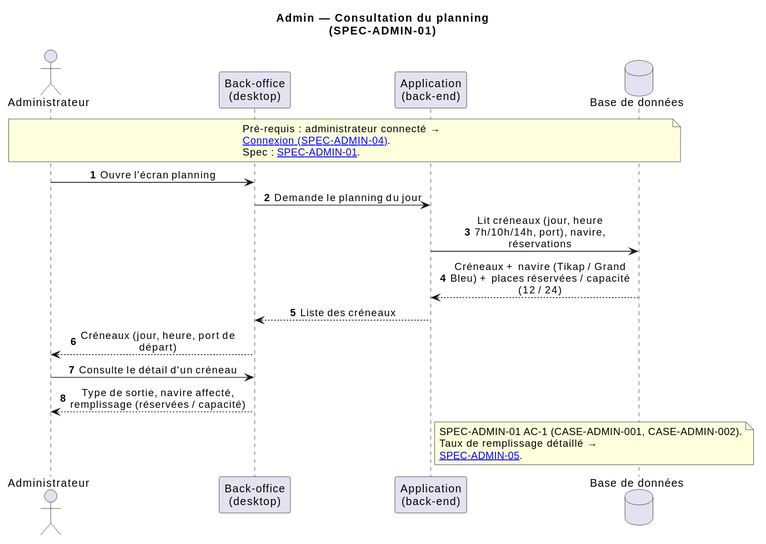
Pinguin211/Ti_Baleine keeps this PlantUML diagram as concept/uml/sequences/admin-consultation-planning.svg. Above is the earlier version. Its diagram source:
```plantuml
@startuml
title Admin — Consultation du planning\n(SPEC-ADMIN-01)

skinparam sequenceMessageAlign center
skinparam maxMessageSize 240
autonumber

actor "Administrateur" as Admin
participant "Back-office\n(desktop)" as BO
participant "Application\n(back-end)" as App
database "Base de données" as BDD

note over Admin, BDD
  Pré-requis : administrateur connecté →
  [[admin-login.svg Connexion (SPEC-ADMIN-04)]].
  Spec : [[../../../specs/admin.md SPEC-ADMIN-01]].
end note

Admin -> BO : Ouvre l'écran planning
BO -> App : Demande le planning du jour
App -> BDD : Lit créneaux (jour, heure 7h/10h/14h, port), navire, réservations
BDD --> App : Créneaux + navire (Tikap / Grand Bleu) + places réservées / capacité (12 / 24)
App --> BO : Liste des créneaux
BO --> Admin : Créneaux (jour, heure, port de départ)
Admin -> BO : Consulte le détail d'un créneau
BO --> Admin : Type de sortie, navire affecté, remplissage (réservées / capacité)
note right of App
  SPEC-ADMIN-01 AC-1 (CASE-ADMIN-001, CASE-ADMIN-002).
  Taux de remplissage détaillé →
  [[admin-taux-remplissage.svg SPEC-ADMIN-05]].
end note
@enduml
```
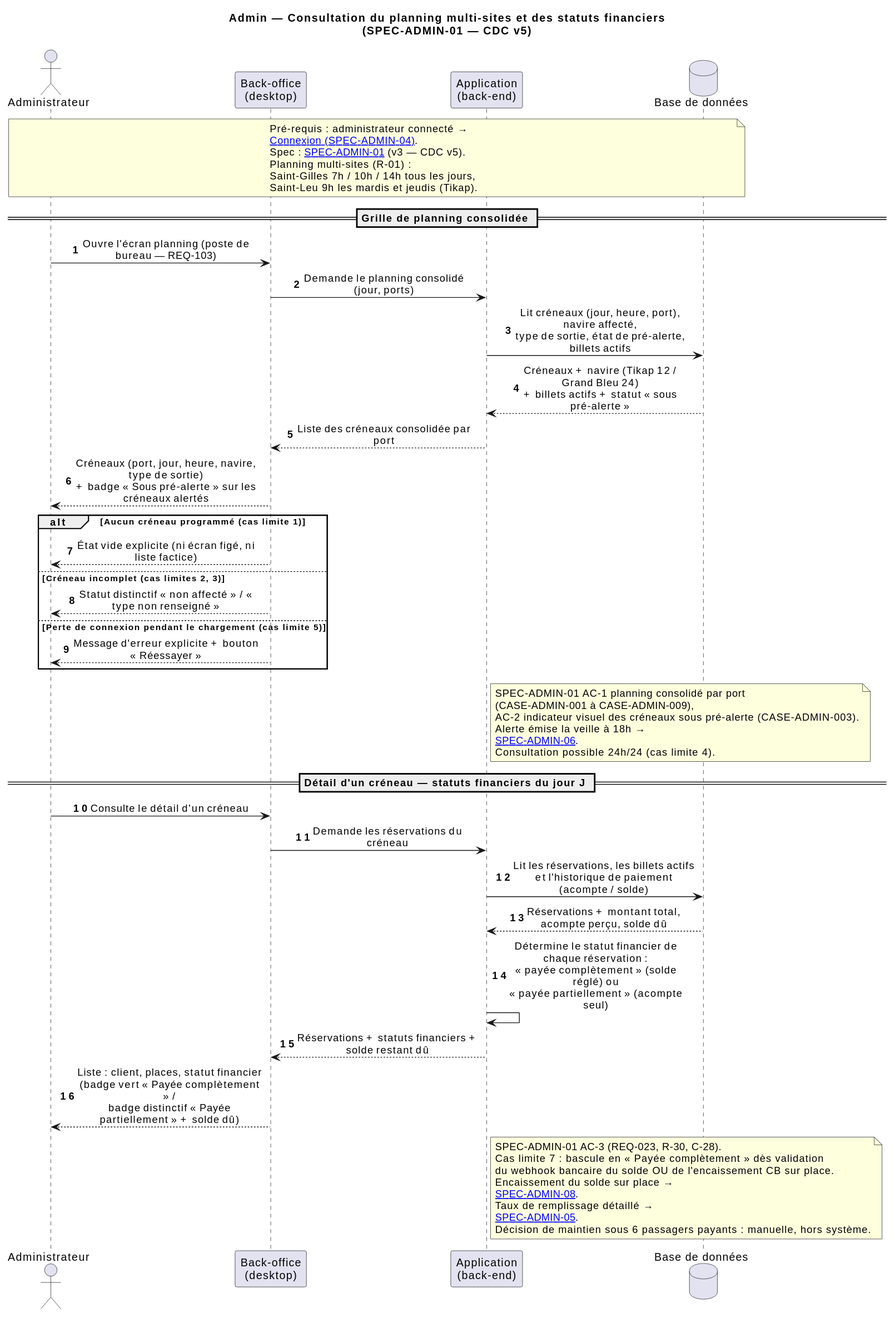
Above is the later version.

The edit, as a diff of the source:
```diff
@@ -1,5 +1,5 @@
 @startuml
-title Admin — Consultation du planning\n(SPEC-ADMIN-01)
+title Admin — Consultation du planning multi-sites et des statuts financiers\n(SPEC-ADMIN-01 — CDC v5)
 
 skinparam sequenceMessageAlign center
 skinparam maxMessageSize 240
@@ -13,20 +13,51 @@
 note over Admin, BDD
   Pré-requis : administrateur connecté →
   [[admin-login.svg Connexion (SPEC-ADMIN-04)]].
-  Spec : [[../../../specs/admin.md SPEC-ADMIN-01]].
+  Spec : [[../../../specs/admin.md SPEC-ADMIN-01]] (v3 — CDC v5).
+  Planning multi-sites (R-01) :
+  Saint-Gilles 7h / 10h / 14h tous les jours,
+  Saint-Leu 9h les mardis et jeudis (Tikap).
 end note
 
-Admin -> BO : Ouvre l'écran planning
-BO -> App : Demande le planning du jour
-App -> BDD : Lit créneaux (jour, heure 7h/10h/14h, port), navire, réservations
-BDD --> App : Créneaux + navire (Tikap / Grand Bleu) + places réservées / capacité (12 / 24)
-App --> BO : Liste des créneaux
-BO --> Admin : Créneaux (jour, heure, port de départ)
+== Grille de planning consolidée ==
+Admin -> BO : Ouvre l'écran planning (poste de bureau — REQ-103)
+BO -> App : Demande le planning consolidé (jour, ports)
+App -> BDD : Lit créneaux (jour, heure, port), navire affecté,\ntype de sortie, état de pré-alerte, billets actifs
+BDD --> App : Créneaux + navire (Tikap 12 / Grand Bleu 24)\n+ billets actifs + statut « sous pré-alerte »
+App --> BO : Liste des créneaux consolidée par port
+BO --> Admin : Créneaux (port, jour, heure, navire, type de sortie)\n+ badge « Sous pré-alerte » sur les créneaux alertés
+alt Aucun créneau programmé (cas limite 1)
+    BO --> Admin : État vide explicite (ni écran figé, ni liste factice)
+else Créneau incomplet (cas limites 2, 3)
+    BO --> Admin : Statut distinctif « non affecté » / « type non renseigné »
+else Perte de connexion pendant le chargement (cas limite 5)
+    BO --> Admin : Message d'erreur explicite + bouton « Réessayer »
+end
+note right of App
+  SPEC-ADMIN-01 AC-1 planning consolidé par port
+  (CASE-ADMIN-001 à CASE-ADMIN-009),
+  AC-2 indicateur visuel des créneaux sous pré-alerte (CASE-ADMIN-003).
+  Alerte émise la veille à 18h →
+  [[../../../specs/admin.md SPEC-ADMIN-06]].
+  Consultation possible 24h/24 (cas limite 4).
+end note
+
+== Détail d'un créneau — statuts financiers du jour J ==
 Admin -> BO : Consulte le détail d'un créneau
-BO --> Admin : Type de sortie, navire affecté, remplissage (réservées / capacité)
+BO -> App : Demande les réservations du créneau
+App -> BDD : Lit les réservations, les billets actifs\net l'historique de paiement (acompte / solde)
+BDD --> App : Réservations + montant total, acompte perçu, solde dû
+App -> App : Détermine le statut financier de chaque réservation :\n« payée complètement » (solde réglé) ou\n« payée partiellement » (acompte seul)
+App --> BO : Réservations + statuts financiers + solde restant dû
+BO --> Admin : Liste : client, places, statut financier\n(badge vert « Payée complètement » /\nbadge distinctif « Payée partiellement » + solde dû)
 note right of App
-  SPEC-ADMIN-01 AC-1 (CASE-ADMIN-001, CASE-ADMIN-002).
+  SPEC-ADMIN-01 AC-3 (REQ-023, R-30, C-28).
+  Cas limite 7 : bascule en « Payée complètement » dès validation
+  du webhook bancaire du solde OU de l'encaissement CB sur place.
+  Encaissement du solde sur place →
+  [[../../../specs/admin.md SPEC-ADMIN-08]].
   Taux de remplissage détaillé →
   [[admin-taux-remplissage.svg SPEC-ADMIN-05]].
+  Décision de maintien sous 6 passagers payants : manuelle, hors système.
 end note
 @enduml
```
